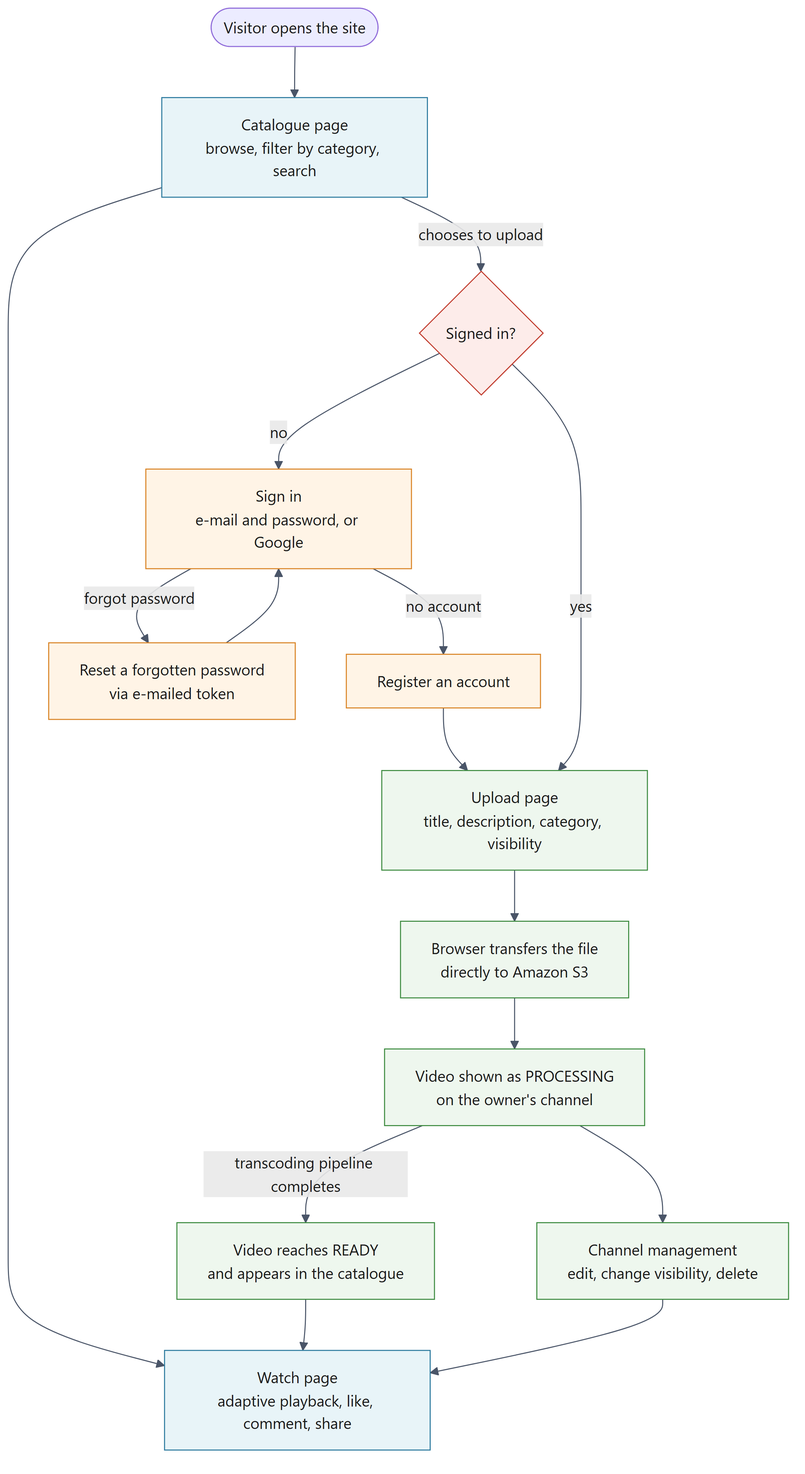
Above: docs/diagrams/08-user-flow.png in DinhQuocCuong28664/DACNTT_VideoStreaming (Mermaid), before the change. Its source is kept beside it as docs/diagrams/src/08-user-flow.mmd.
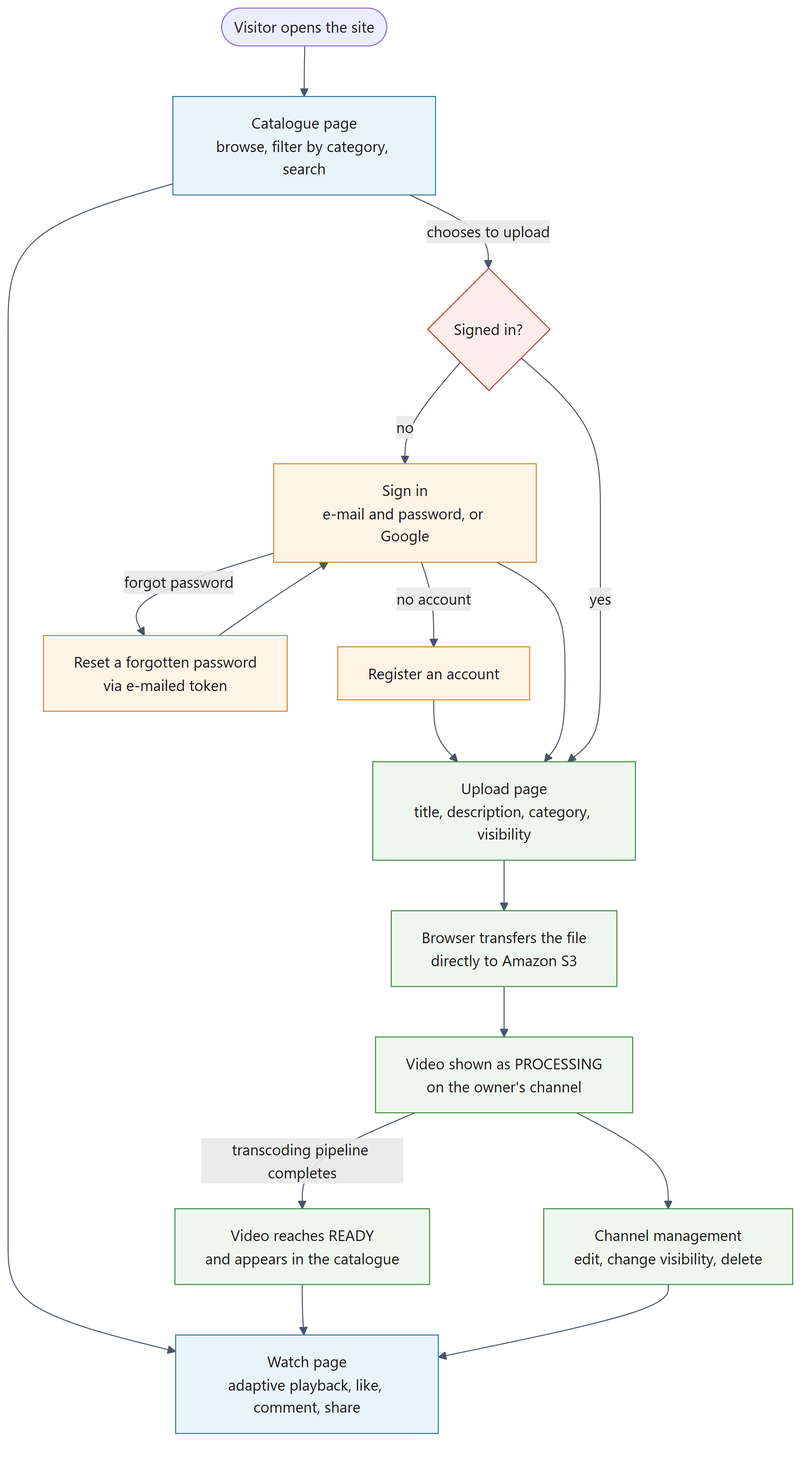
After the change.

Commit message:
feat(auth): return the user to the page that required sign-in

Diff of the diagram source:
```diff
@@ -22,6 +22,7 @@
     LOGIN -->|"no account"| REG
     LOGIN -->|"forgot password"| RESET
     REG --> UPLOAD
+    LOGIN --> UPLOAD
     RESET --> LOGIN
     AUTH -->|"yes"| UPLOAD
     UPLOAD --> PRESIGN
```
